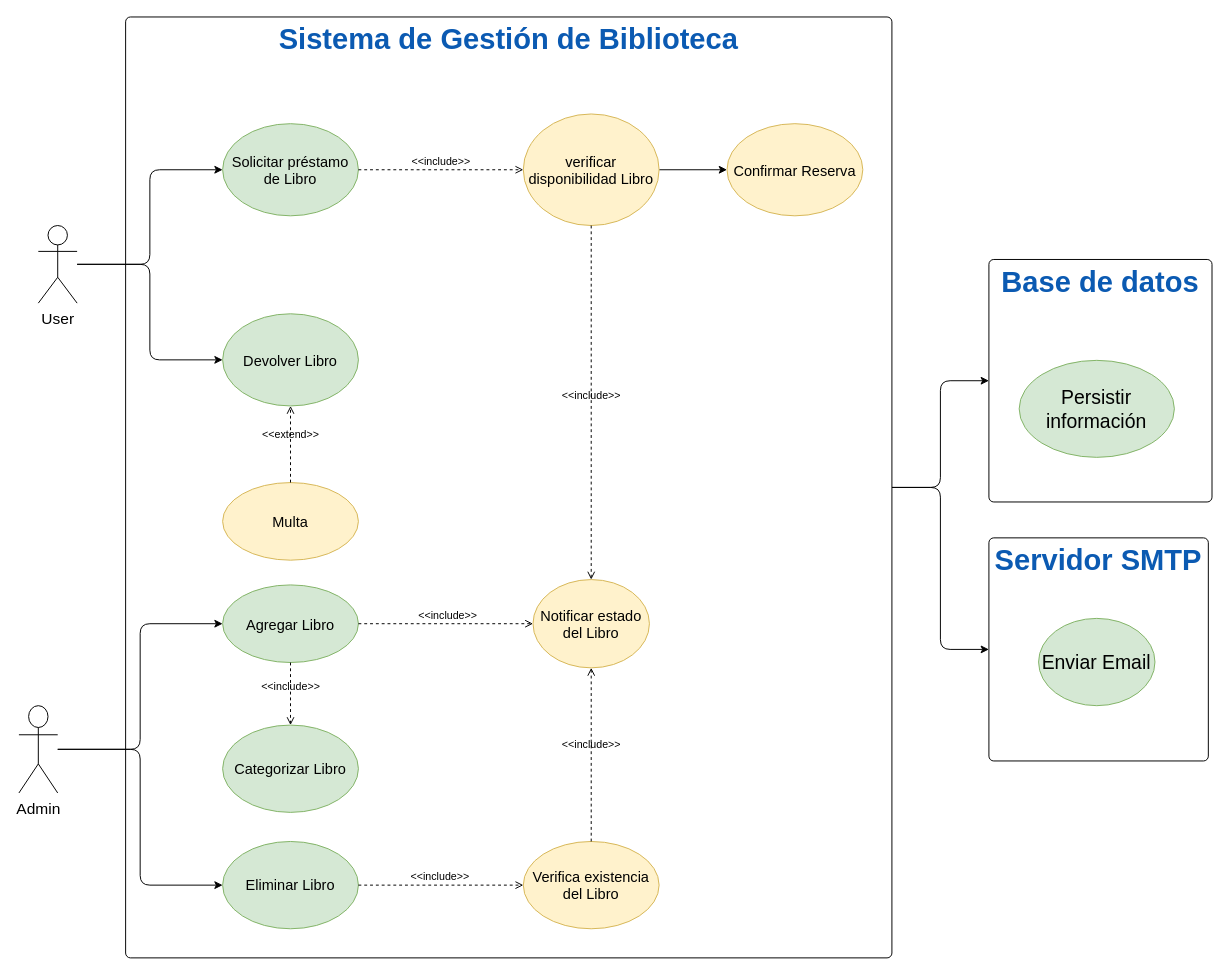
Earlier version of the draw.io diagram page "casosDeUso" (1 of 3) of Biblioteca.drawio (jeacevedo92/Diagramas-Arquitectura). Source tidied: cells renumbered, new cells numbered last; positions are measured from the earlier drawing's top-left corner, leaving out a move shared by most shapes. Both pictures are drawn from the tidied source at 97%, with x=0, y=0 at pixel (18, 16).
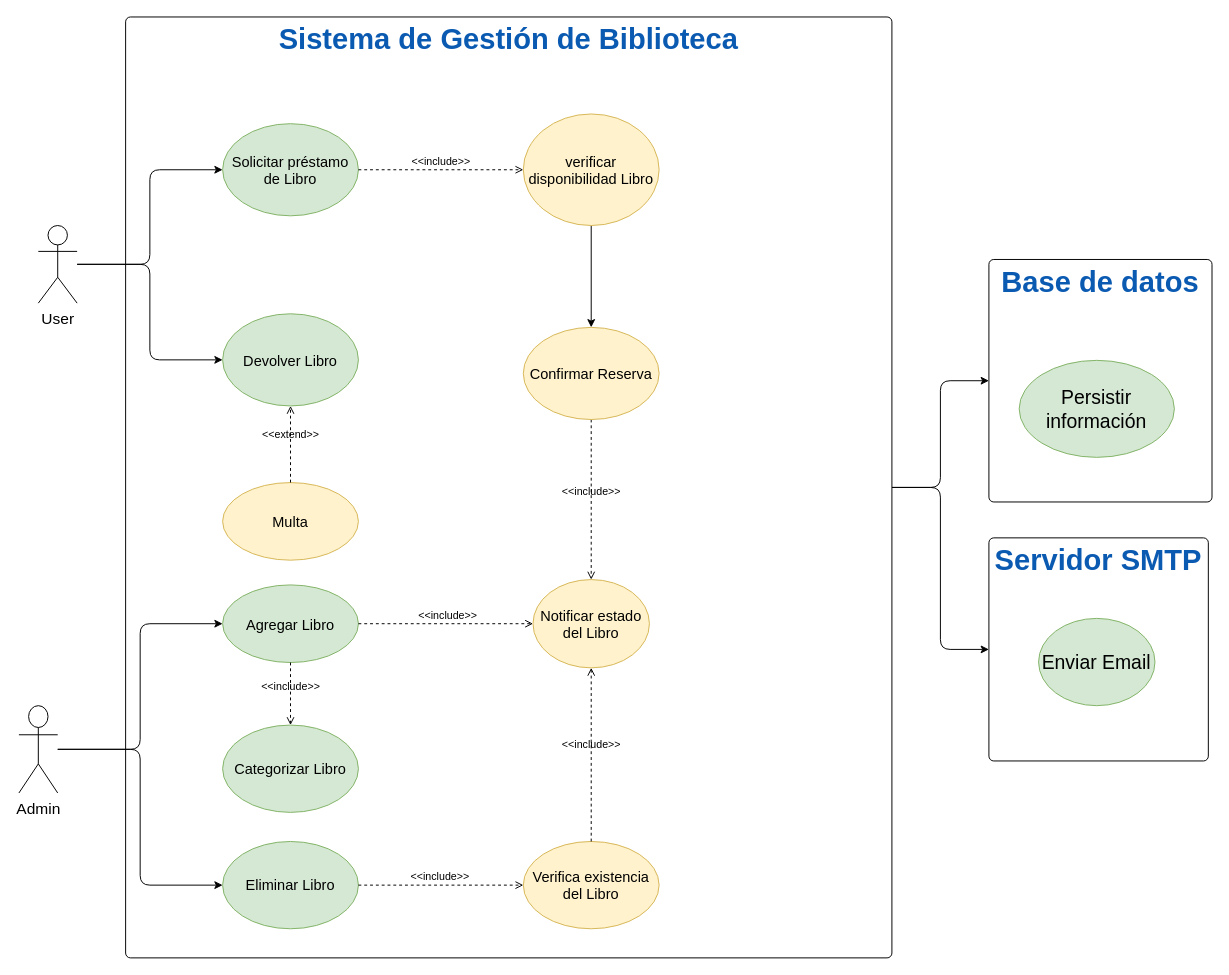
The same diagram, later.

The change refers to these unchanged cells:
```xml
<mxCell id="14" value="verificar disponibilidad Libro" style="ellipse;whiteSpace=wrap;html=1;fontSize=15;labelBackgroundColor=none;rounded=1;fillColor=#fff2cc;strokeColor=#d6b656;" parent="1" vertex="1">
  <mxGeometry x="520" y="100" width="140" height="115" as="geometry" />
</mxCell>
<mxCell id="19" value="Notificar estado del Libro" style="ellipse;whiteSpace=wrap;html=1;fontSize=15;labelBackgroundColor=none;rounded=1;fillColor=#fff2cc;strokeColor=#d6b656;" parent="1" vertex="1">
  <mxGeometry x="530" y="580" width="120" height="91" as="geometry" />
</mxCell>
```

Diff of the diagram source:
```diff
@@
-    <mxCell id="13" style="edgeStyle=orthogonalEdgeStyle;rounded=1;jettySize=auto;html=1;entryX=0;entryY=0.5;entryDx=0;entryDy=0;" parent="1" edge="1" source="14" target="32">
+    <mxCell id="13" style="edgeStyle=orthogonalEdgeStyle;rounded=1;jettySize=auto;html=1;entryX=0.5;entryY=0;entryDx=0;entryDy=0;" parent="1" edge="1" source="14" target="32">
       <mxGeometry relative="1" as="geometry" />
     </mxCell>
@@
-    <mxCell id="20" value="&amp;lt;&amp;lt;include&amp;gt;&amp;gt;" style="html=1;verticalAlign=bottom;labelBackgroundColor=none;endArrow=open;endFill=0;dashed=1;rounded=1;exitX=0.5;exitY=1;exitDx=0;exitDy=0;entryX=0.5;entryY=0;entryDx=0;entryDy=0;fontColor=default;" parent="1" edge="1" source="14" target="19">
+    <mxCell id="20" value="&amp;lt;&amp;lt;include&amp;gt;&amp;gt;" style="html=1;verticalAlign=bottom;labelBackgroundColor=none;endArrow=open;endFill=0;dashed=1;rounded=1;exitX=0.5;exitY=1;exitDx=0;exitDy=0;entryX=0.5;entryY=0;entryDx=0;entryDy=0;fontColor=default;" parent="1" edge="1" source="32" target="19">
       <mxGeometry x="0.01" relative="1" as="geometry" />
     </mxCell>
@@
     <mxCell id="32" value="Confirmar Reserva" style="ellipse;whiteSpace=wrap;html=1;fontSize=15;labelBackgroundColor=none;rounded=1;fillColor=#fff2cc;strokeColor=#d6b656;" parent="1" vertex="1">
-      <mxGeometry x="730" y="110" width="140" height="95" as="geometry" />
+      <mxGeometry x="520" y="320" width="140" height="95" as="geometry" />
     </mxCell>
```
